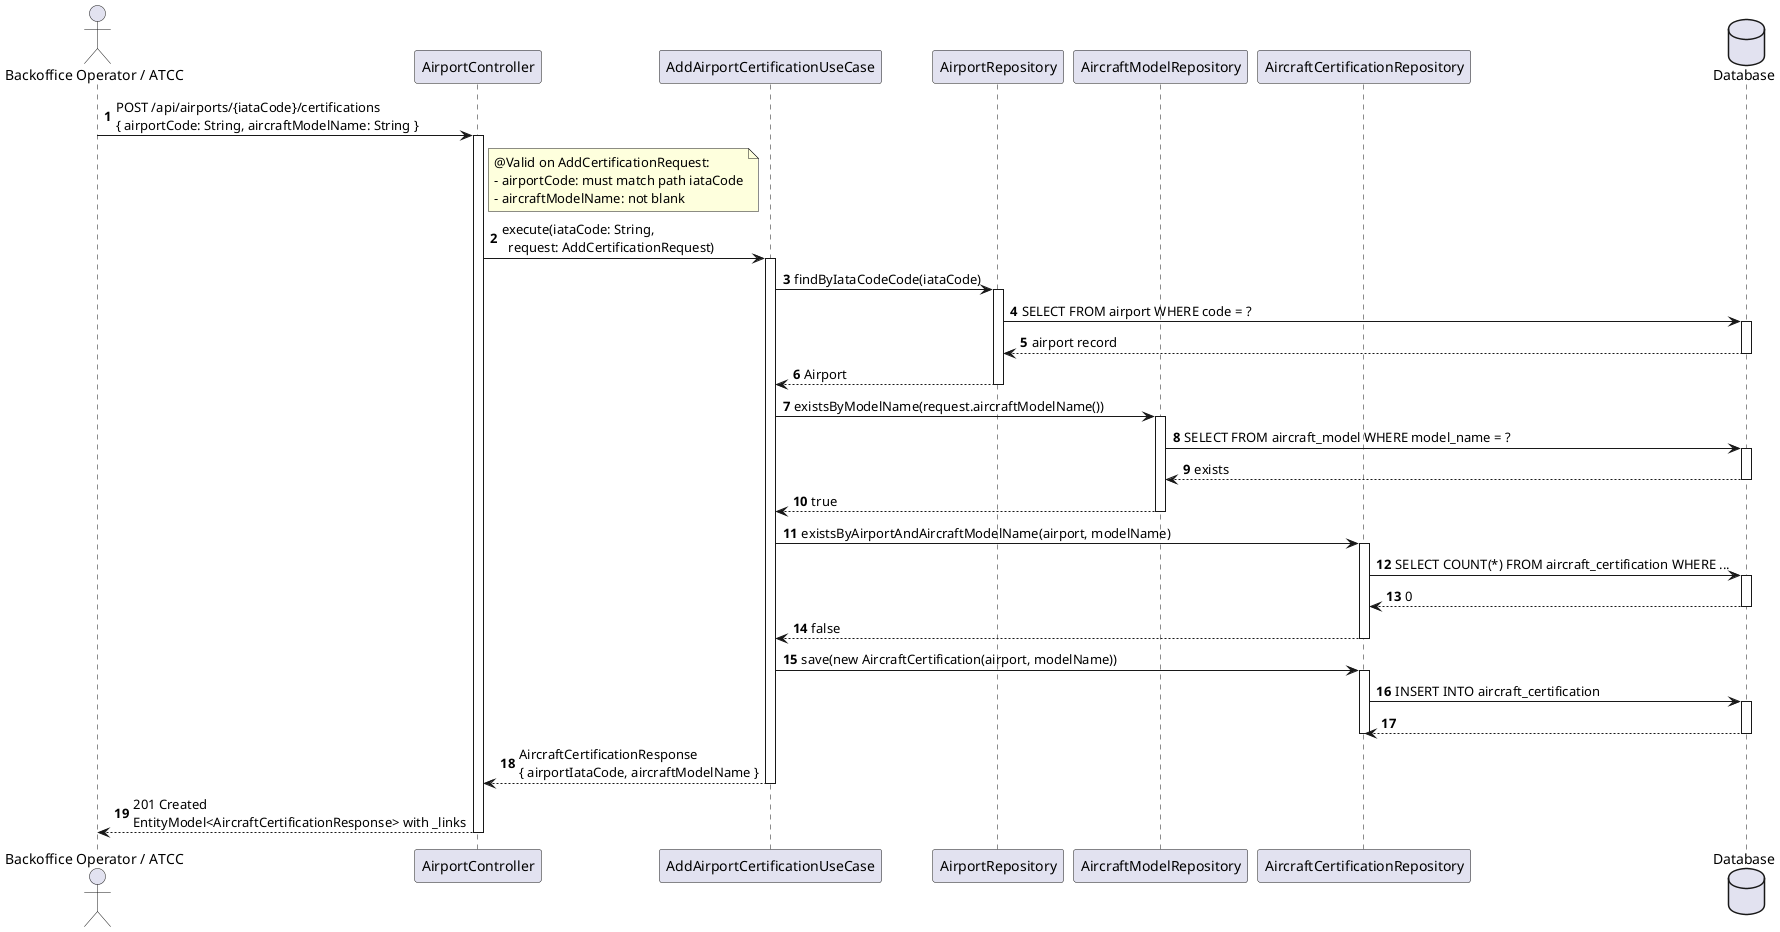
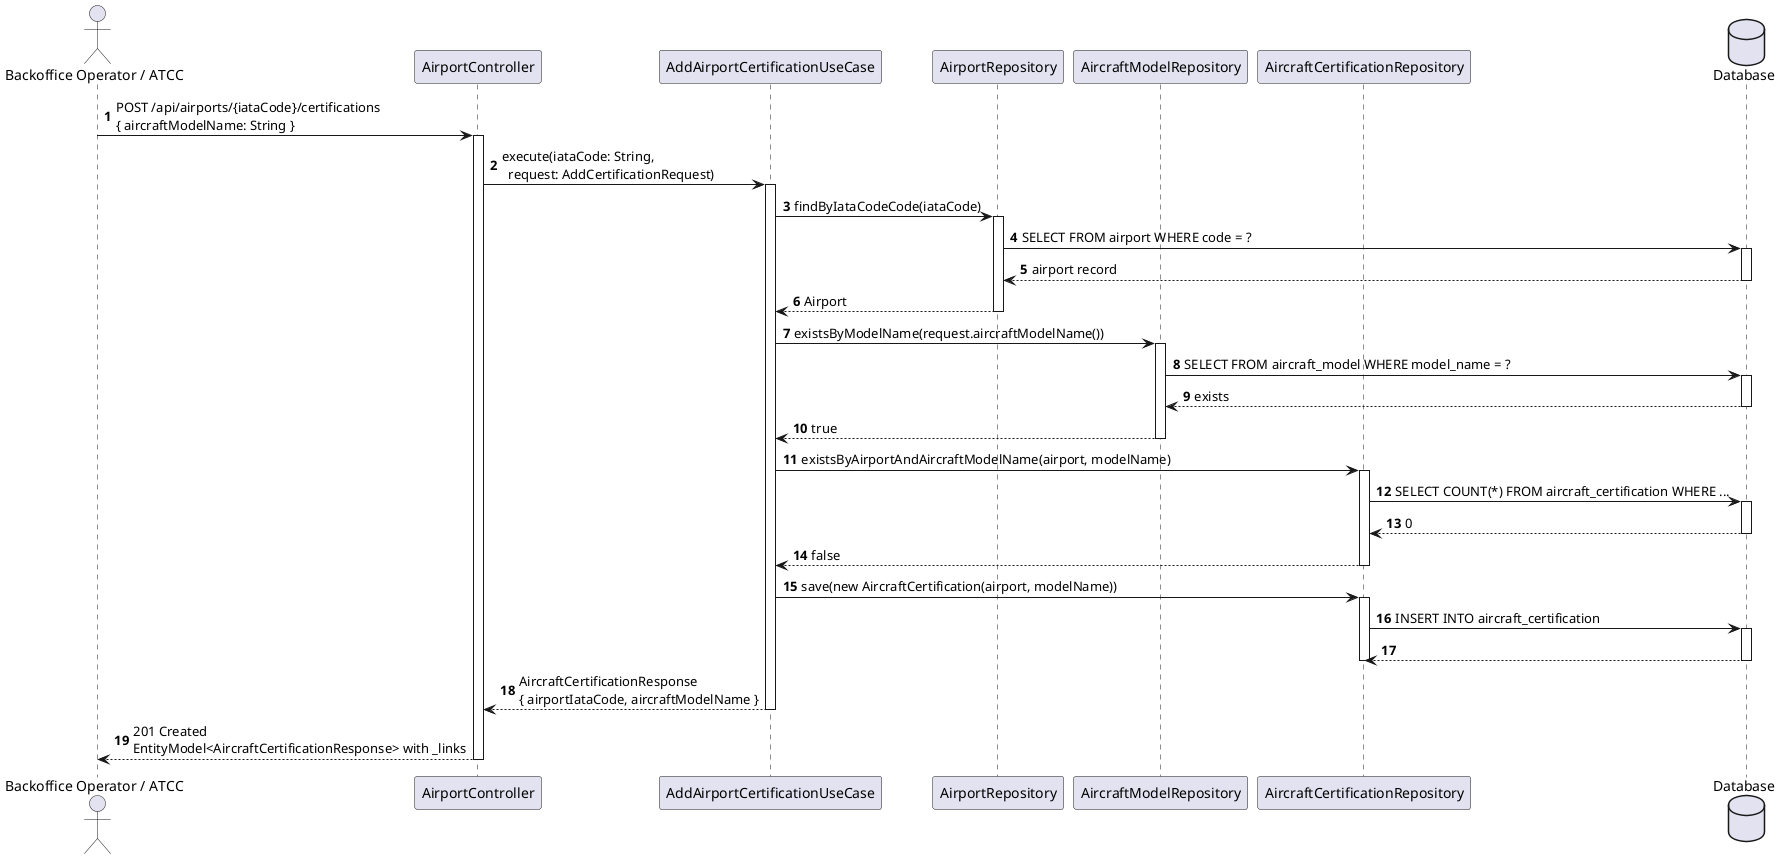
@startuml
autonumber
actor "Backoffice Operator / ATCC" as Actor
participant "AirportController" as Ctrl
participant "AddAirportCertificationUseCase" as UC
participant "AirportRepository" as AirportRepo
participant "AircraftModelRepository" as ModelRepo
participant "AircraftCertificationRepository" as CertRepo
database "Database" as DB

- Actor -> Ctrl : POST /api/airports/{iataCode}/certifications\n{ airportCode: String, aircraftModelName: String }
+ Actor -> Ctrl : POST /api/airports/{iataCode}/certifications\n{ aircraftModelName: String }
activate Ctrl
- 
- note right of Ctrl
-   @Valid on AddCertificationRequest:
-   - airportCode: must match path iataCode
-   - aircraftModelName: not blank
- end note

Ctrl -> UC : execute(iataCode: String,\n  request: AddCertificationRequest)
activate UC

UC -> AirportRepo : findByIataCodeCode(iataCode)
activate AirportRepo
AirportRepo -> DB : SELECT FROM airport WHERE code = ?
activate DB
DB --> AirportRepo : airport record
deactivate DB
AirportRepo --> UC : Airport
deactivate AirportRepo

UC -> ModelRepo : existsByModelName(request.aircraftModelName())
activate ModelRepo
ModelRepo -> DB : SELECT FROM aircraft_model WHERE model_name = ?
activate DB
DB --> ModelRepo : exists
deactivate DB
ModelRepo --> UC : true
deactivate ModelRepo

UC -> CertRepo : existsByAirportAndAircraftModelName(airport, modelName)
activate CertRepo
CertRepo -> DB : SELECT COUNT(*) FROM aircraft_certification WHERE ...
activate DB
DB --> CertRepo : 0
deactivate DB
CertRepo --> UC : false
deactivate CertRepo

UC -> CertRepo : save(new AircraftCertification(airport, modelName))
activate CertRepo
CertRepo -> DB : INSERT INTO aircraft_certification
activate DB
DB --> CertRepo
deactivate DB
deactivate CertRepo

UC --> Ctrl : AircraftCertificationResponse\n{ airportIataCode, aircraftModelName }
deactivate UC

Ctrl --> Actor : 201 Created\nEntityModel<AircraftCertificationResponse> with _links
deactivate Ctrl
@enduml
